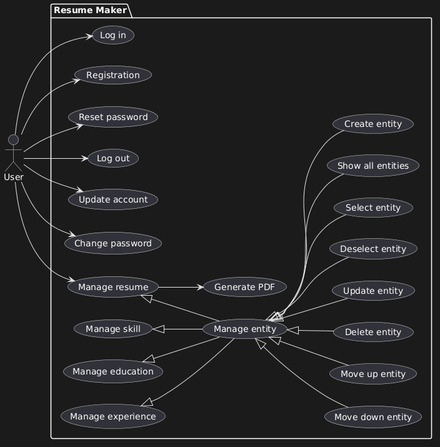
jakubolejarczyk/Documentation keeps this PlantUML diagram as Products/ResumeMaker/Images/UseCaseDiagram.png. Above is the earlier version. The source it was exported from:
```plantuml
@startuml
left to right direction

actor "User" as User

package "Resume Maker" {
  usecase "Move down entity" as MoveDownEntity
  usecase "Move up entity" as MoveUpEntity
  usecase "Delete entity" as DeleteEntity
  usecase "Update entity" as UpdateEntity
  usecase "Deselect entity" as DeselectEntity
  usecase "Select entity" as SelectEntity
  usecase "Show all entities" as ShowAllEntities
  usecase "Create entity" as CreateEntity
  usecase "Manage entity" as ManageEntity
  usecase "Generate PDF" as GeneratePDF
  usecase "Manage experience" as ManageExperience
  usecase "Manage education" as ManageEducation
  usecase "Manage skill" as ManageSkill
  usecase "Manage resume" as ManageResume
  usecase "Change password" as ChangePassword
  usecase "Update account" as UpdateAccount
  usecase "Log out" as LogOut
  usecase "Reset password" as ResetPassword
  usecase "Registration" as Registration
  usecase "Log in" as LogIn
}

User --> ManageResume
User --> ChangePassword
User --> UpdateAccount
User --> LogOut
User --> ResetPassword
User --> Registration
User --> LogIn

ManageResume <|-- ManageEntity
ManageSkill <|-- ManageEntity
ManageEducation <|-- ManageEntity
ManageExperience <|-- ManageEntity

ManageResume --> GeneratePDF

ManageEntity <|-- MoveDownEntity
ManageEntity <|-- MoveUpEntity
ManageEntity <|-- DeleteEntity
ManageEntity <|-- UpdateEntity
ManageEntity <|-- DeselectEntity
ManageEntity <|-- SelectEntity
ManageEntity <|-- ShowAllEntities
ManageEntity <|-- CreateEntity
@enduml
```
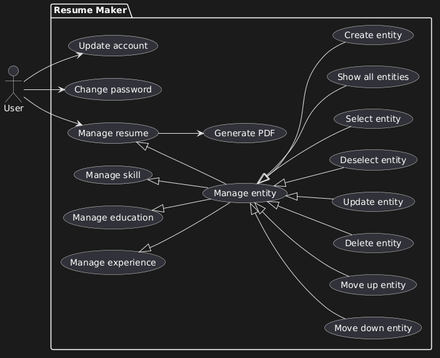
After the change.

Commit message:
Move the log in, registration, reset password and log out to the Authentication product

The edit, as a diff of the source:
```diff
@@ -20,19 +20,11 @@
   usecase "Manage resume" as ManageResume
   usecase "Change password" as ChangePassword
   usecase "Update account" as UpdateAccount
-  usecase "Log out" as LogOut
-  usecase "Reset password" as ResetPassword
-  usecase "Registration" as Registration
-  usecase "Log in" as LogIn
 }
 
 User --> ManageResume
 User --> ChangePassword
 User --> UpdateAccount
-User --> LogOut
-User --> ResetPassword
-User --> Registration
-User --> LogIn
 
 ManageResume <|-- ManageEntity
 ManageSkill <|-- ManageEntity
```
